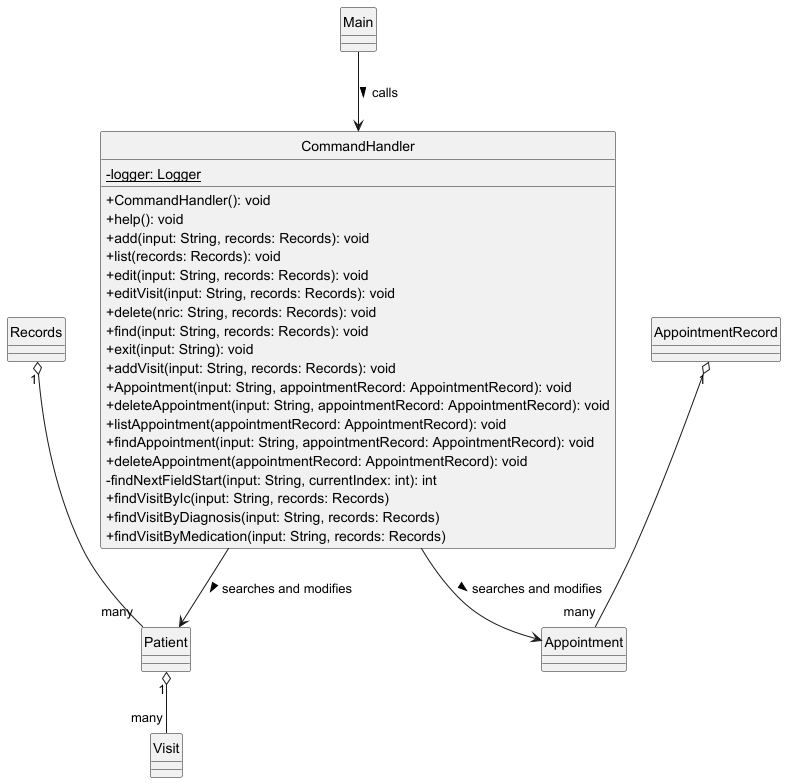
Before: docs/CommandHandler.png, a diagram exported from PlantUML (yentheng0110/tp).
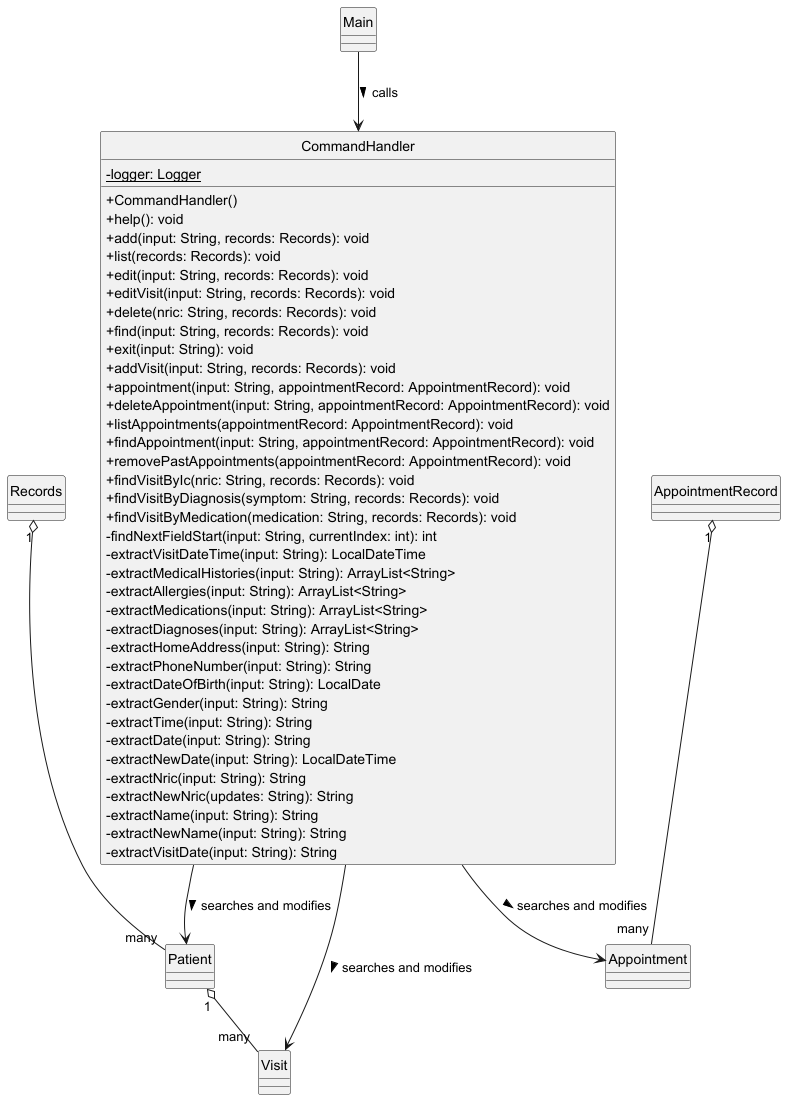
The same diagram one commit later.

Commit message:
Update CommandHandler Class Diagram

Diff of the diagram source:
```diff
@@ -3,26 +3,46 @@
 hide circle
 
 class CommandHandler {
--{static} logger: Logger
-+CommandHandler(): void
-+help(): void
-+add(input: String, records: Records): void
-+list(records: Records): void
-+edit(input: String, records: Records): void
-+editVisit(input: String, records: Records): void
-+delete(nric: String, records: Records): void
-+find(input: String, records: Records): void
-+exit(input: String): void
-+addVisit(input: String, records: Records): void
-+Appointment(input: String, appointmentRecord: AppointmentRecord): void
-+deleteAppointment(input: String, appointmentRecord: AppointmentRecord): void
-+listAppointment(appointmentRecord: AppointmentRecord): void
-+findAppointment(input: String, appointmentRecord: AppointmentRecord): void
-+deleteAppointment(appointmentRecord: AppointmentRecord): void
--findNextFieldStart(input: String, currentIndex: int): int
-+findVisitByIc(input: String, records: Records)
-+findVisitByDiagnosis(input: String, records: Records)
-+findVisitByMedication(input: String, records: Records)
+    -{static} logger: Logger
+    +CommandHandler()
+    +help(): void
+    +add(input: String, records: Records): void
+    +list(records: Records): void
+    +edit(input: String, records: Records): void
+    +editVisit(input: String, records: Records): void
+    +delete(nric: String, records: Records): void
+    +find(input: String, records: Records): void
+    +exit(input: String): void
+    +addVisit(input: String, records: Records): void
+    +appointment(input: String, appointmentRecord: AppointmentRecord): void
+    +deleteAppointment(input: String, appointmentRecord: AppointmentRecord): void
+    +listAppointments(appointmentRecord: AppointmentRecord): void
+    +findAppointment(input: String, appointmentRecord: AppointmentRecord): void
+    +removePastAppointments(appointmentRecord: AppointmentRecord): void
+    +findVisitByIc(nric: String, records: Records): void
+    +findVisitByDiagnosis(symptom: String, records: Records): void
+    +findVisitByMedication(medication: String, records: Records): void
+    -findNextFieldStart(input: String, currentIndex: int): int
+    -extractVisitDateTime(input: String): LocalDateTime
+    -extractMedicalHistories(input: String): ArrayList<String>
+    -extractAllergies(input: String): ArrayList<String>
+    -extractMedications(input: String): ArrayList<String>
+    -extractDiagnoses(input: String): ArrayList<String>
+    -extractHomeAddress(input: String): String
+    -extractPhoneNumber(input: String): String
+    -extractDateOfBirth(input: String): LocalDate
+    -extractGender(input: String): String
+    -extractTime(input: String): String
+    -extractDate(input: String): String
+    -extractNewDate(input: String): LocalDateTime
+    -extractNric(input: String): String
+    -extractNewNric(updates: String): String
+    -extractName(input: String): String
+    -extractNewName(input: String): String
+    -extractVisitDate(input: String): String
+}
+
+class Main {
 }
 
 class Patient {
@@ -31,18 +51,19 @@
 class Visit {
 }
 
-class Main {
-}
-
 class Records {
 }
 
 class AppointmentRecord {
 }
 
+class Appointment {
+}
+
+Main --> CommandHandler : calls >
 CommandHandler --> Appointment : searches and modifies >
+CommandHandler --> Visit : searches and modifies >
 AppointmentRecord "1" o-- "many" Appointment
-Main --> CommandHandler : calls >
 CommandHandler --> Patient : searches and modifies >
 Records "1" o-- "many" Patient
 Patient "1" o-- "many" Visit
```
